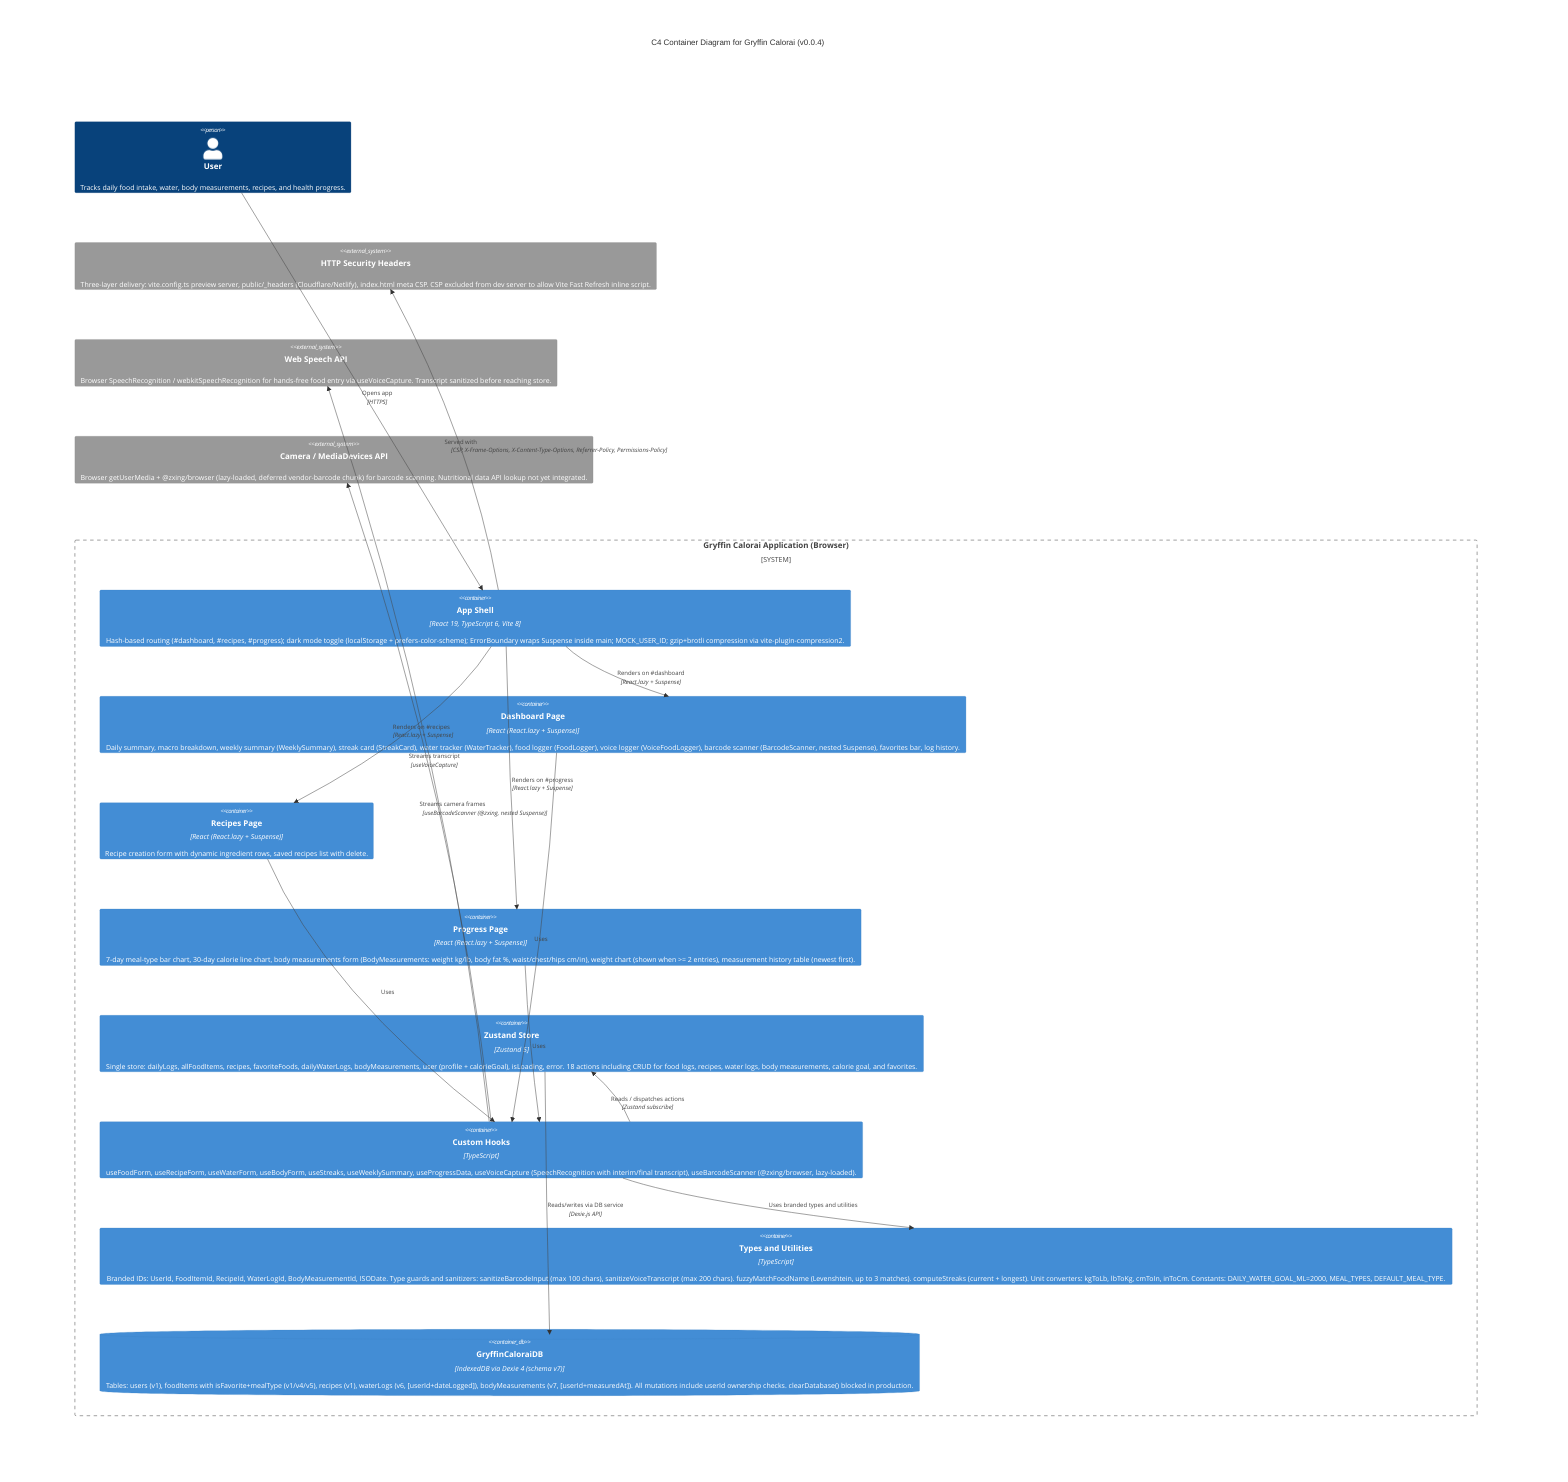
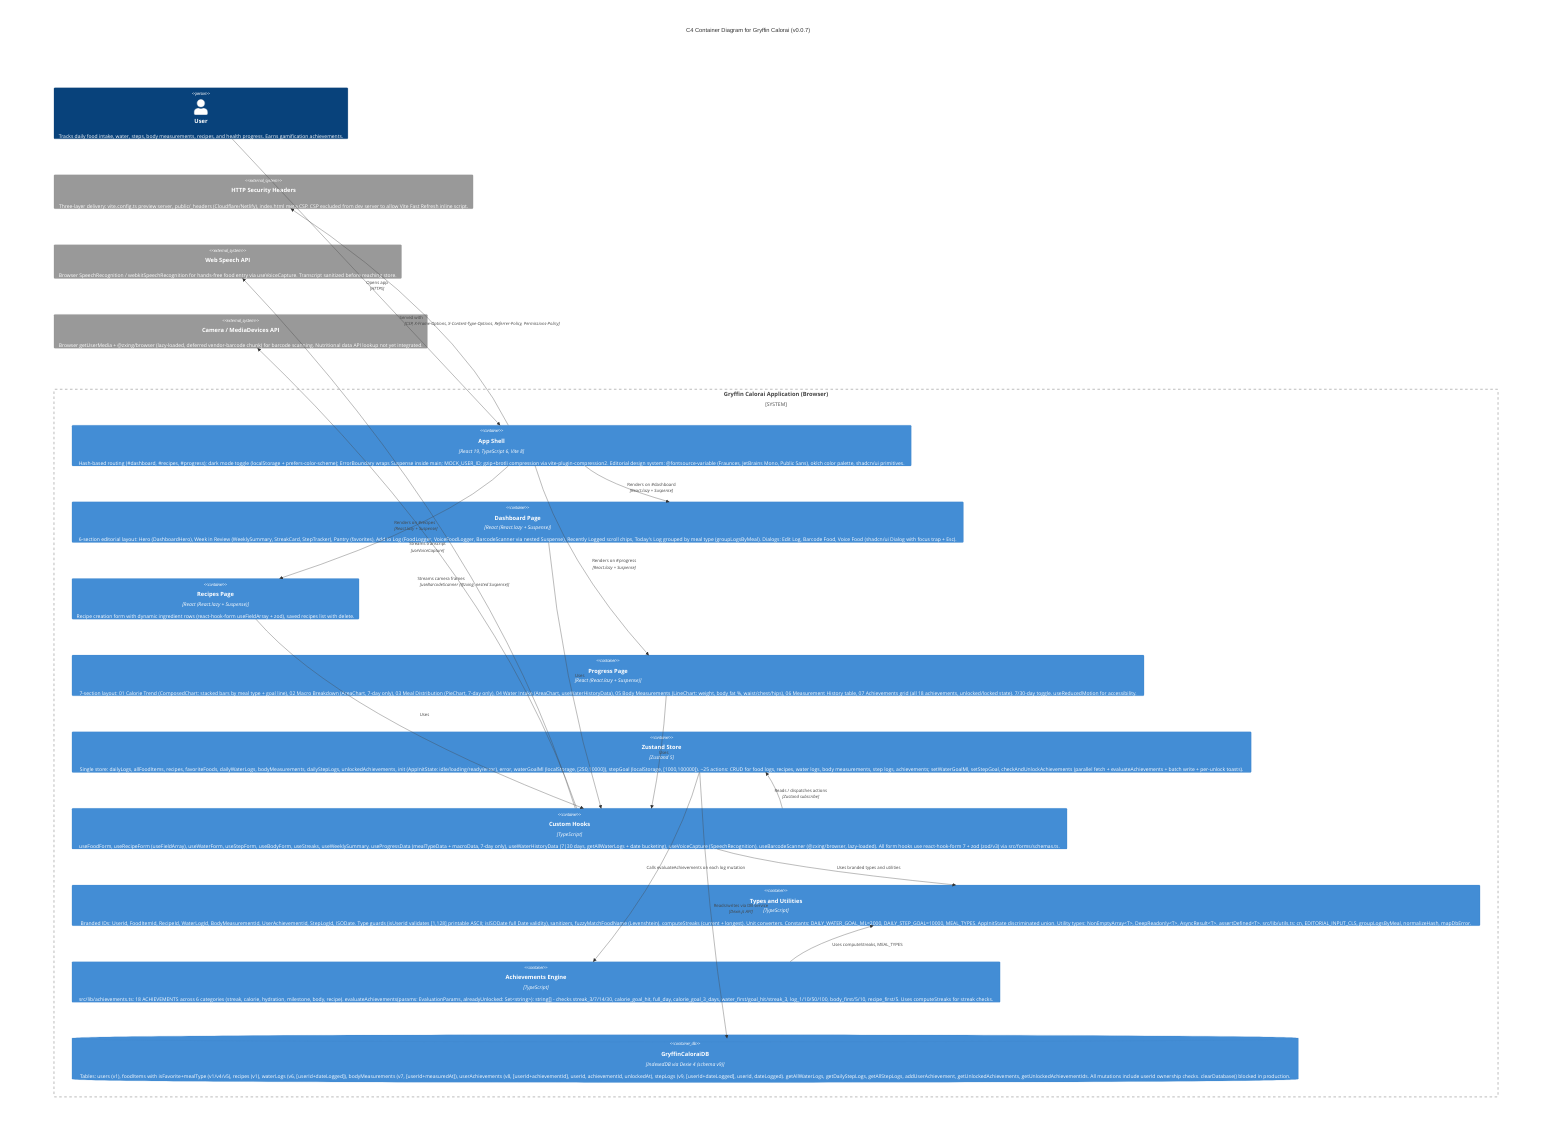
C4Container
-   title C4 Container Diagram for Gryffin Calorai (v0.0.4)
-   Person(user, "User", "Tracks daily food intake, water, body measurements, recipes, and health progress.")
+   title C4 Container Diagram for Gryffin Calorai (v0.0.7)
+   Person(user, "User", "Tracks daily food intake, water, steps, body measurements, recipes, and health progress. Earns gamification achievements.")

  System_Boundary(c1, "Gryffin Calorai Application (Browser)") {
-     Container(app, "App Shell", "React 19, TypeScript 6, Vite 8", "Hash-based routing (#dashboard, #recipes, #progress); dark mode toggle (localStorage + prefers-color-scheme); ErrorBoundary wraps Suspense inside main; MOCK_USER_ID; gzip+brotli compression via vite-plugin-compression2.")
-     Container(dashboard, "Dashboard Page", "React (React.lazy + Suspense)", "Daily summary, macro breakdown, weekly summary (WeeklySummary), streak card (StreakCard), water tracker (WaterTracker), food logger (FoodLogger), voice logger (VoiceFoodLogger), barcode scanner (BarcodeScanner, nested Suspense), favorites bar, log history.")
-     Container(recipes, "Recipes Page", "React (React.lazy + Suspense)", "Recipe creation form with dynamic ingredient rows, saved recipes list with delete.")
-     Container(progress, "Progress Page", "React (React.lazy + Suspense)", "7-day meal-type bar chart, 30-day calorie line chart, body measurements form (BodyMeasurements: weight kg/lb, body fat %, waist/chest/hips cm/in), weight chart (shown when >= 2 entries), measurement history table (newest first).")
-     Container(state, "Zustand Store", "Zustand 5", "Single store: dailyLogs, allFoodItems, recipes, favoriteFoods, dailyWaterLogs, bodyMeasurements, user (profile + calorieGoal), isLoading, error. 18 actions including CRUD for food logs, recipes, water logs, body measurements, calorie goal, and favorites.")
-     Container(hooks, "Custom Hooks", "TypeScript", "useFoodForm, useRecipeForm, useWaterForm, useBodyForm, useStreaks, useWeeklySummary, useProgressData, useVoiceCapture (SpeechRecognition with interim/final transcript), useBarcodeScanner (@zxing/browser, lazy-loaded).")
-     Container(types, "Types and Utilities", "TypeScript", "Branded IDs: UserId, FoodItemId, RecipeId, WaterLogId, BodyMeasurementId, ISODate. Type guards and sanitizers: sanitizeBarcodeInput (max 100 chars), sanitizeVoiceTranscript (max 200 chars). fuzzyMatchFoodName (Levenshtein, up to 3 matches). computeStreaks (current + longest). Unit converters: kgToLb, lbToKg, cmToIn, inToCm. Constants: DAILY_WATER_GOAL_ML=2000, MEAL_TYPES, DEFAULT_MEAL_TYPE.")
-     ContainerDb(db, "GryffinCaloraiDB", "IndexedDB via Dexie 4 (schema v7)", "Tables: users (v1), foodItems with isFavorite+mealType (v1/v4/v5), recipes (v1), waterLogs (v6, [userId+dateLogged]), bodyMeasurements (v7, [userId+measuredAt]). All mutations include userId ownership checks. clearDatabase() blocked in production.")
+     Container(app, "App Shell", "React 19, TypeScript 6, Vite 8", "Hash-based routing (#dashboard, #recipes, #progress); dark mode toggle (localStorage + prefers-color-scheme); ErrorBoundary wraps Suspense inside main; MOCK_USER_ID; gzip+brotli compression via vite-plugin-compression2. Editorial design system: @fontsource-variable (Fraunces, JetBrains Mono, Public Sans), oklch color palette, shadcn/ui primitives.")
+     Container(dashboard, "Dashboard Page", "React (React.lazy + Suspense)", "6-section editorial layout: Hero (DashboardHero), Week in Review (WeeklySummary, StreakCard, StepTracker), Pantry (favorites), Add to Log (FoodLogger, VoiceFoodLogger, BarcodeScanner via nested Suspense), Recently Logged scroll chips, Today's Log grouped by meal type (groupLogsByMeal). Dialogs: Edit Log, Barcode Food, Voice Food (shadcn/ui Dialog with focus trap + Esc).")
+     Container(recipes, "Recipes Page", "React (React.lazy + Suspense)", "Recipe creation form with dynamic ingredient rows (react-hook-form useFieldArray + zod), saved recipes list with delete.")
+     Container(progress, "Progress Page", "React (React.lazy + Suspense)", "7-section layout: 01 Calorie Trend (ComposedChart: stacked bars by meal type + goal line), 02 Macro Breakdown (AreaChart, 7-day only), 03 Meal Distribution (PieChart, 7-day only), 04 Water Intake (AreaChart, useWaterHistoryData), 05 Body Measurements (LineChart: weight, body fat %, waist/chest/hips), 06 Measurement History table, 07 Achievements grid (all 18 achievements, unlocked/locked state). 7/30-day toggle. useReducedMotion for accessibility.")
+     Container(state, "Zustand Store", "Zustand 5", "Single store: dailyLogs, allFoodItems, recipes, favoriteFoods, dailyWaterLogs, bodyMeasurements, dailyStepLogs, unlockedAchievements, init (AppInitState: idle/loading/ready/error), error, waterGoalMl (localStorage, [250,10000]), stepGoal (localStorage, [1000,100000]). ~25 actions: CRUD for food logs, recipes, water logs, body measurements, step logs, achievements; setWaterGoalMl, setStepGoal, checkAndUnlockAchievements (parallel fetch + evaluateAchievements + batch write + per-unlock toasts).")
+     Container(hooks, "Custom Hooks", "TypeScript", "useFoodForm, useRecipeForm (useFieldArray), useWaterForm, useStepForm, useBodyForm, useStreaks, useWeeklySummary, useProgressData (mealTypeData + macroData, 7-day only), useWaterHistoryData (7|30 days, getAllWaterLogs + date bucketing), useVoiceCapture (SpeechRecognition), useBarcodeScanner (@zxing/browser, lazy-loaded). All form hooks use react-hook-form 7 + zod (zod/v3) via src/forms/schemas.ts.")
+     Container(types, "Types and Utilities", "TypeScript", "Branded IDs: UserId, FoodItemId, RecipeId, WaterLogId, BodyMeasurementId, UserAchievementId, StepLogId, ISODate. Type guards (isUserId validates [1,128] printable ASCII; isISODate full Date validity), sanitizers, fuzzyMatchFoodName (Levenshtein). computeStreaks (current + longest). Unit converters. Constants: DAILY_WATER_GOAL_ML=2000, DAILY_STEP_GOAL=10000, MEAL_TYPES. AppInitState discriminated union. Utility types: NonEmptyArray<T>, DeepReadonly<T>, AsyncResult<T>. assertDefined<T>. src/lib/utils.ts: cn, EDITORIAL_INPUT_CLS, groupLogsByMeal, normalizeHash, mapDbError.")
+     Container(achievements, "Achievements Engine", "TypeScript", "src/lib/achievements.ts: 18 ACHIEVEMENTS across 6 categories (streak, calorie, hydration, milestone, body, recipe). evaluateAchievements(params: EvaluationParams, alreadyUnlocked: Set<string>): string[] - checks streak_3/7/14/30, calorie_goal_hit, full_day, calorie_goal_3_days, water_first/goal_hit/streak_3, log_1/10/50/100, body_first/5/10, recipe_first/5. Uses computeStreaks for streak checks.")
+     ContainerDb(db, "GryffinCaloraiDB", "IndexedDB via Dexie 4 (schema v9)", "Tables: users (v1), foodItems with isFavorite+mealType (v1/v4/v5), recipes (v1), waterLogs (v6, [userId+dateLogged]), bodyMeasurements (v7, [userId+measuredAt]), userAchievements (v8, [userId+achievementId], userId, achievementId, unlockedAt), stepLogs (v9, [userId+dateLogged], userId, dateLogged). getAllWaterLogs, getDailyStepLogs, getAllStepLogs, addUserAchievement, getUnlockedAchievements, getUnlockedAchievementIds. All mutations include userId ownership checks. clearDatabase() blocked in production.")
  }

  System_Ext(securityHeaders, "HTTP Security Headers", "Three-layer delivery: vite.config.ts preview server, public/_headers (Cloudflare/Netlify), index.html meta CSP. CSP excluded from dev server to allow Vite Fast Refresh inline script.")
  System_Ext(speechApi, "Web Speech API", "Browser SpeechRecognition / webkitSpeechRecognition for hands-free food entry via useVoiceCapture. Transcript sanitized before reaching store.")
  System_Ext(cameraApi, "Camera / MediaDevices API", "Browser getUserMedia + @zxing/browser (lazy-loaded, deferred vendor-barcode chunk) for barcode scanning. Nutritional data API lookup not yet integrated.")
  Rel(user, app, "Opens app", "HTTPS")
  Rel(app, dashboard, "Renders on #dashboard", "React.lazy + Suspense")
  Rel(app, recipes, "Renders on #recipes", "React.lazy + Suspense")
  Rel(app, progress, "Renders on #progress", "React.lazy + Suspense")
  Rel(dashboard, hooks, "Uses", "")
  Rel(recipes, hooks, "Uses", "")
  Rel(progress, hooks, "Uses", "")
  Rel(hooks, state, "Reads / dispatches actions", "Zustand subscribe")
  Rel(hooks, types, "Uses branded types and utilities", "")
  Rel(state, db, "Reads/writes via DB service", "Dexie.js API")
+   Rel(state, achievements, "Calls evaluateAchievements on each log mutation", "")
+   Rel(achievements, types, "Uses computeStreaks, MEAL_TYPES", "")
  Rel(hooks, speechApi, "Streams transcript", "useVoiceCapture")
  Rel(hooks, cameraApi, "Streams camera frames", "useBarcodeScanner (@zxing, nested Suspense)")
  Rel(app, securityHeaders, "Served with", "CSP, X-Frame-Options, X-Content-Type-Options, Referrer-Policy, Permissions-Policy")
